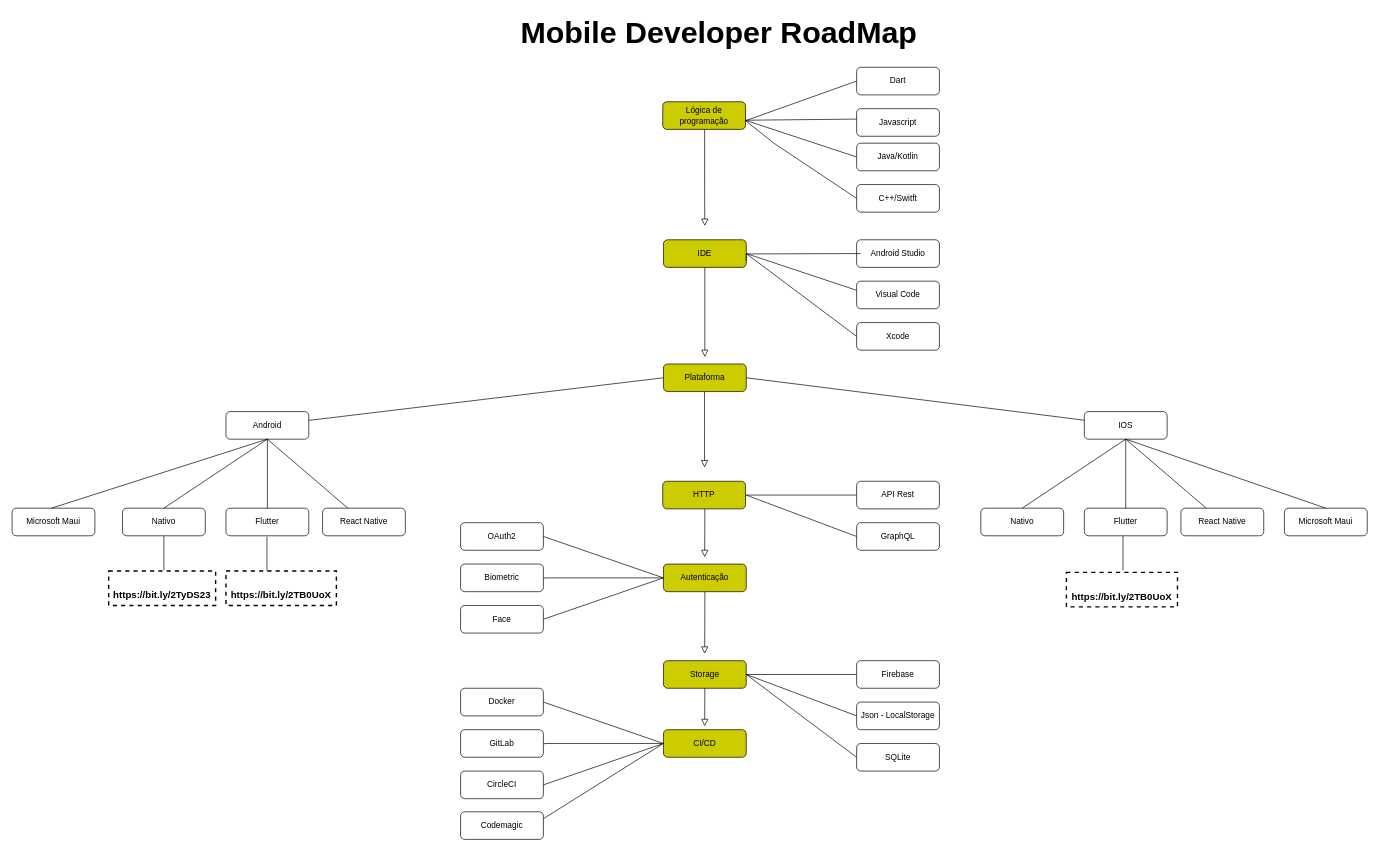
ThiagoBfim/mobile_roadmap keeps this draw.io diagram as assets/roadmap.drawio. Above is the earlier version. Source tidied: cells renumbered, new cells numbered last; positions are measured from the earlier drawing's top-left corner, leaving out a move shared by most shapes. Both pictures are drawn from the tidied source at 69%, with x=0, y=0 at pixel (12, 12).
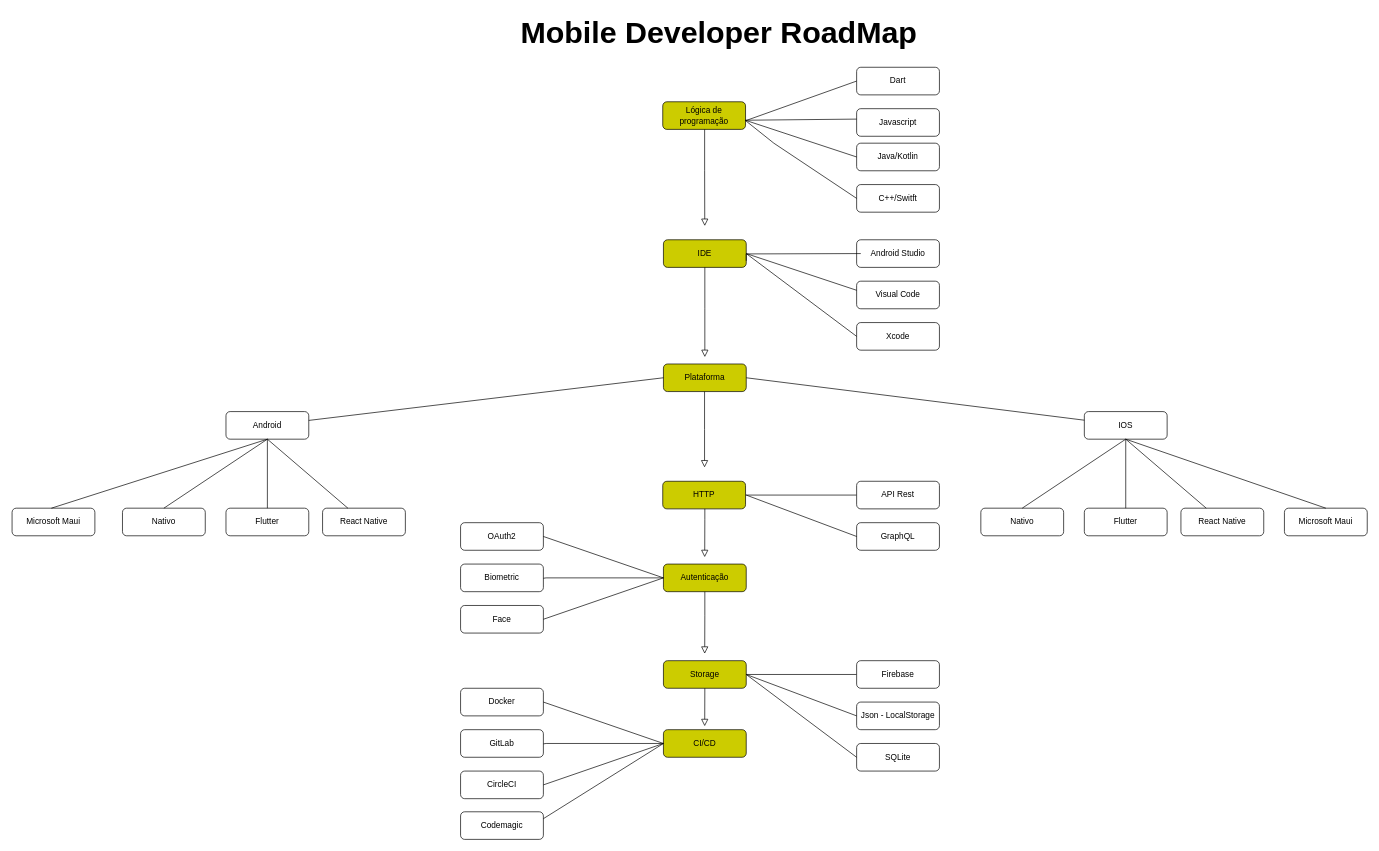
Above is the later version.

Change to the diagram source:
```diff
@@
-    <mxCell id="75" style="endArrow=none;html=1;fontSize=44;" parent="1" edge="1">
-      <mxGeometry relative="1" as="geometry">
-        <mxPoint x="220" y="809" as="sourcePoint" />
-        <mxPoint x="220" y="759" as="targetPoint" />
-      </mxGeometry>
-    </mxCell>
-    <mxCell id="76" value="&lt;font size=&quot;1&quot;&gt;&lt;b style=&quot;font-size: 14px&quot;&gt;https://bit.ly/2TyDS23&lt;/b&gt;&lt;/font&gt;" style="rounded=0;whiteSpace=wrap;html=1;dashed=1;labelBackgroundColor=none;strokeColor=#000000;strokeWidth=2;fillColor=none;fontSize=44;fontColor=#000000;" parent="1" vertex="1">
-      <mxGeometry x="140" y="810" width="155" height="50" as="geometry" />
-    </mxCell>
-    <mxCell id="77" value="&lt;span style=&quot;font-size: 14px&quot;&gt;&lt;b&gt;https://bit.ly/2TB0UoX&lt;/b&gt;&lt;/span&gt;" style="rounded=0;whiteSpace=wrap;html=1;dashed=1;labelBackgroundColor=none;strokeColor=#000000;strokeWidth=2;fillColor=none;fontSize=44;fontColor=#000000;" parent="1" vertex="1">
-      <mxGeometry x="310" y="810" width="160" height="50" as="geometry" />
-    </mxCell>
-    <mxCell id="78" style="endArrow=none;html=1;fontSize=44;" parent="1" edge="1">
-      <mxGeometry relative="1" as="geometry">
-        <mxPoint x="369.4" y="810" as="sourcePoint" />
-        <mxPoint x="369.4" y="760" as="targetPoint" />
-      </mxGeometry>
-    </mxCell>
-    <mxCell id="79" value="&lt;span style=&quot;font-size: 14px&quot;&gt;&lt;b&gt;https://bit.ly/2TB0UoX&lt;/b&gt;&lt;/span&gt;" style="rounded=0;whiteSpace=wrap;html=1;dashed=1;labelBackgroundColor=none;strokeColor=#000000;strokeWidth=2;fillColor=none;fontSize=44;fontColor=#000000;" parent="1" vertex="1">
-      <mxGeometry x="1528" y="812" width="161" height="50" as="geometry" />
-    </mxCell>
-    <mxCell id="80" style="endArrow=none;html=1;fontSize=44;" parent="1" edge="1">
-      <mxGeometry relative="1" as="geometry">
-        <mxPoint x="1610" y="809" as="sourcePoint" />
-        <mxPoint x="1610" y="759" as="targetPoint" />
-      </mxGeometry>
-    </mxCell>
```
